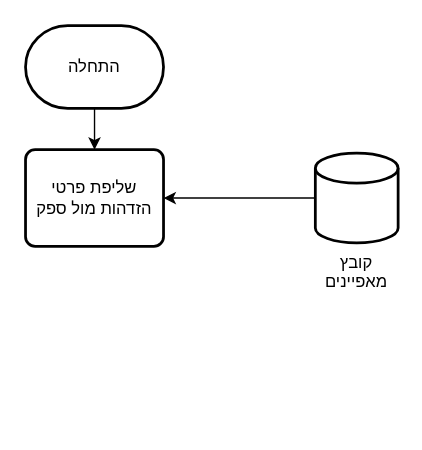
This is סלקט.drawio from eyallit/draw.io, a draw.io file, before an edit. Source tidied: cells renumbered, new cells numbered last; positions are measured from the earlier drawing's top-left corner, leaving out a move shared by most shapes. Both pictures are drawn from the tidied source at 138%, with x=0, y=0 at pixel (25, 25).
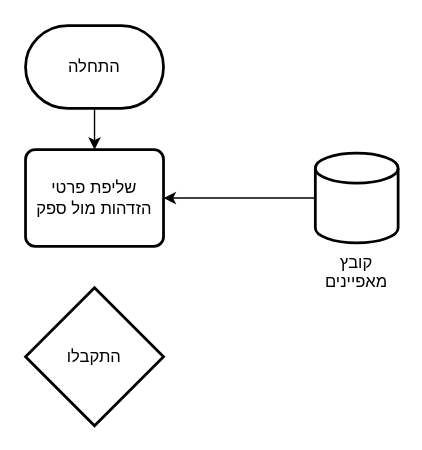
The same diagram, later.

Diff of the diagram source:
```diff
@@
 <mxGraphModel>
   <root>
     <mxCell id="0" />
     <mxCell id="1" parent="0" />
     <mxCell id="2" style="edgeStyle=orthogonalEdgeStyle;rounded=0;jettySize=auto;html=1;" parent="1" edge="1" source="3" target="4">
       <mxGeometry relative="1" as="geometry" />
     </mxCell>
     <mxCell id="3" value="התחלה" style="strokeWidth=2;html=1;shape=mxgraph.flowchart.terminator;whiteSpace=wrap;" parent="1" vertex="1">
       <mxGeometry width="100" height="60" as="geometry" />
     </mxCell>
     <mxCell id="4" value="שליפת פרטי הזדהות מול ספק" style="rounded=1;whiteSpace=wrap;html=1;absoluteArcSize=1;arcSize=14;strokeWidth=2;textDirection=rtl;" parent="1" vertex="1">
       <mxGeometry y="90" width="100" height="70" as="geometry" />
     </mxCell>
     <mxCell id="5" style="edgeStyle=orthogonalEdgeStyle;rounded=0;jettySize=auto;html=1;entryX=1;entryY=0.5;entryDx=0;entryDy=0;" parent="1" edge="1" source="6" target="4">
       <mxGeometry relative="1" as="geometry" />
     </mxCell>
     <mxCell id="6" value="קובץ מאפיינים" style="strokeWidth=2;html=1;shape=mxgraph.flowchart.database;whiteSpace=wrap;fontSize=12;verticalAlign=top;labelPosition=center;verticalLabelPosition=bottom;align=center;" parent="1" vertex="1">
       <mxGeometry x="210" y="92.5" width="60" height="65" as="geometry" />
     </mxCell>
+    <mxCell id="7" value="התקבלו" style="strokeWidth=2;html=1;shape=mxgraph.flowchart.decision;whiteSpace=wrap;textDirection=rtl;" parent="1" vertex="1">
+      <mxGeometry y="190" width="100" height="100" as="geometry" />
+    </mxCell>
   </root>
 </mxGraphModel>
```
